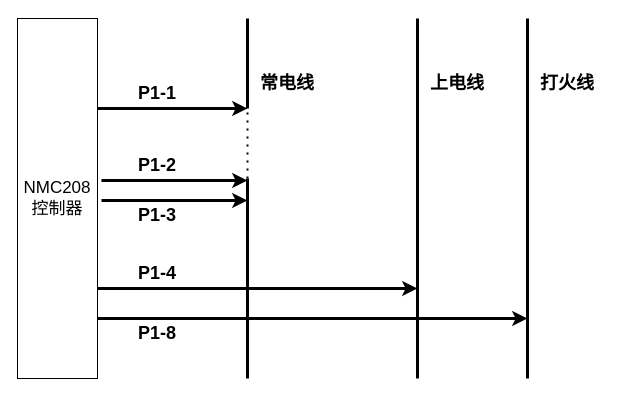
Earlier version of the draw.io diagram 未命名绘图.drawio (Hanye1108/drawio). Source tidied: cells renumbered, new cells numbered last; positions are measured from the earlier drawing's top-left corner, leaving out a move shared by most shapes. Both pictures are drawn from the tidied source at 100%, with x=0, y=0 at pixel (17, 18).
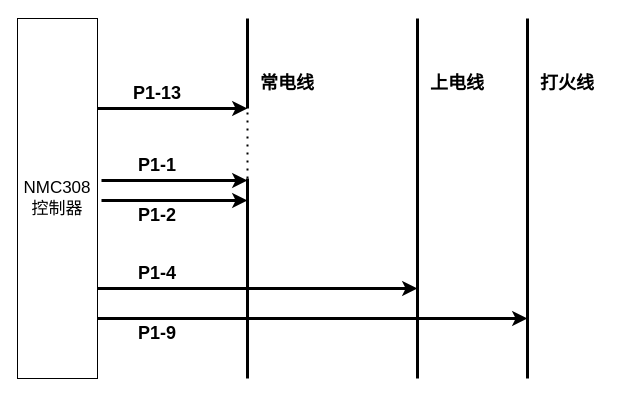
The same page after the edit.

What changed in the source:
```diff
@@
-    <mxCell id="2" value="&lt;font style=&quot;font-size: 17px;&quot;&gt;NMC208&lt;br&gt;控制器&lt;/font&gt;" style="rounded=0;whiteSpace=wrap;html=1;" parent="1" vertex="1">
+    <mxCell id="2" value="&lt;font style=&quot;font-size: 17px;&quot;&gt;NMC308&lt;br&gt;控制器&lt;/font&gt;" style="rounded=0;whiteSpace=wrap;html=1;" parent="1" vertex="1">
       <mxGeometry width="80" height="360" as="geometry" />
     </mxCell>
@@
-    <mxCell id="10" value="&lt;b&gt;&lt;font style=&quot;font-size: 18px;&quot;&gt;P1-1&lt;/font&gt;&lt;/b&gt;" style="text;strokeColor=none;align=center;fillColor=none;html=1;verticalAlign=middle;whiteSpace=wrap;rounded=0;" parent="1" vertex="1">
+    <mxCell id="10" value="&lt;b&gt;&lt;font style=&quot;font-size: 18px;&quot;&gt;P1-13&lt;/font&gt;&lt;/b&gt;" style="text;strokeColor=none;align=center;fillColor=none;html=1;verticalAlign=middle;whiteSpace=wrap;rounded=0;" parent="1" vertex="1">
       <mxGeometry x="100" y="60" width="80" height="30" as="geometry" />
     </mxCell>
-    <mxCell id="11" value="&lt;b&gt;&lt;font style=&quot;font-size: 18px;&quot;&gt;P1-2&lt;/font&gt;&lt;/b&gt;" style="text;strokeColor=none;align=center;fillColor=none;html=1;verticalAlign=middle;whiteSpace=wrap;rounded=0;" parent="1" vertex="1">
+    <mxCell id="11" value="&lt;b&gt;&lt;font style=&quot;font-size: 18px;&quot;&gt;P1-1&lt;/font&gt;&lt;/b&gt;" style="text;strokeColor=none;align=center;fillColor=none;html=1;verticalAlign=middle;whiteSpace=wrap;rounded=0;" parent="1" vertex="1">
       <mxGeometry x="100" y="132" width="80" height="30" as="geometry" />
     </mxCell>
-    <mxCell id="12" value="&lt;b&gt;&lt;font style=&quot;font-size: 18px;&quot;&gt;P1-3&lt;/font&gt;&lt;/b&gt;" style="text;strokeColor=none;align=center;fillColor=none;html=1;verticalAlign=middle;whiteSpace=wrap;rounded=0;" parent="1" vertex="1">
+    <mxCell id="12" value="&lt;b&gt;&lt;font style=&quot;font-size: 18px;&quot;&gt;P1-2&lt;/font&gt;&lt;/b&gt;" style="text;strokeColor=none;align=center;fillColor=none;html=1;verticalAlign=middle;whiteSpace=wrap;rounded=0;" parent="1" vertex="1">
       <mxGeometry x="100" y="182" width="80" height="30" as="geometry" />
     </mxCell>
@@
-    <mxCell id="20" value="&lt;b&gt;&lt;font style=&quot;font-size: 18px;&quot;&gt;P1-8&lt;/font&gt;&lt;/b&gt;" style="text;strokeColor=none;align=center;fillColor=none;html=1;verticalAlign=middle;whiteSpace=wrap;rounded=0;" parent="1" vertex="1">
+    <mxCell id="20" value="&lt;b&gt;&lt;font style=&quot;font-size: 18px;&quot;&gt;P1-9&lt;/font&gt;&lt;/b&gt;" style="text;strokeColor=none;align=center;fillColor=none;html=1;verticalAlign=middle;whiteSpace=wrap;rounded=0;" parent="1" vertex="1">
       <mxGeometry x="100" y="300" width="80" height="30" as="geometry" />
     </mxCell>
```
